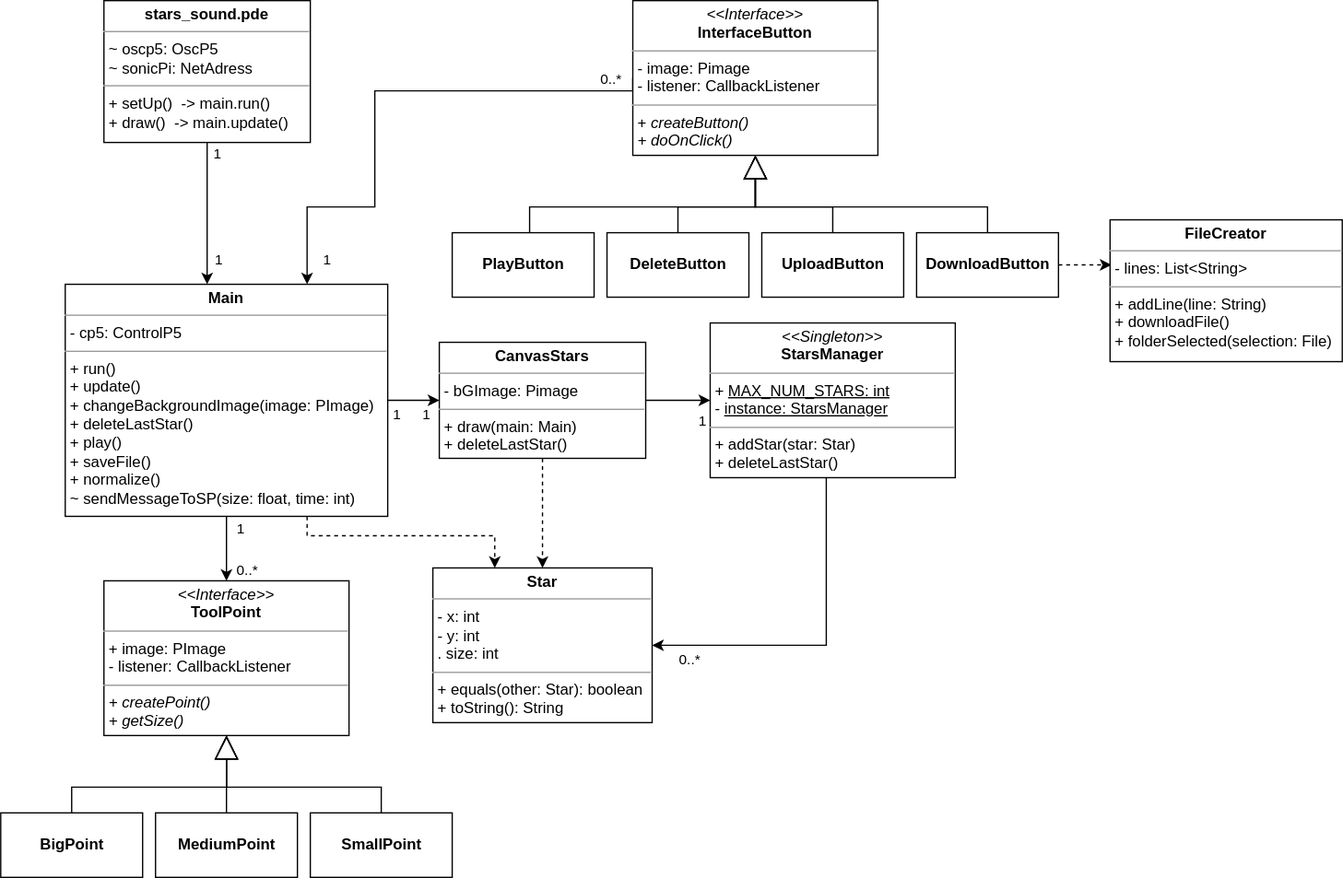
Above: StarsSound.svg in andrealps/stars_sound (draw.io), before the change. Source tidied: cells renumbered, new cells last; positions are measured from the earlier drawing's top-left corner, leaving out a move shared by most shapes.
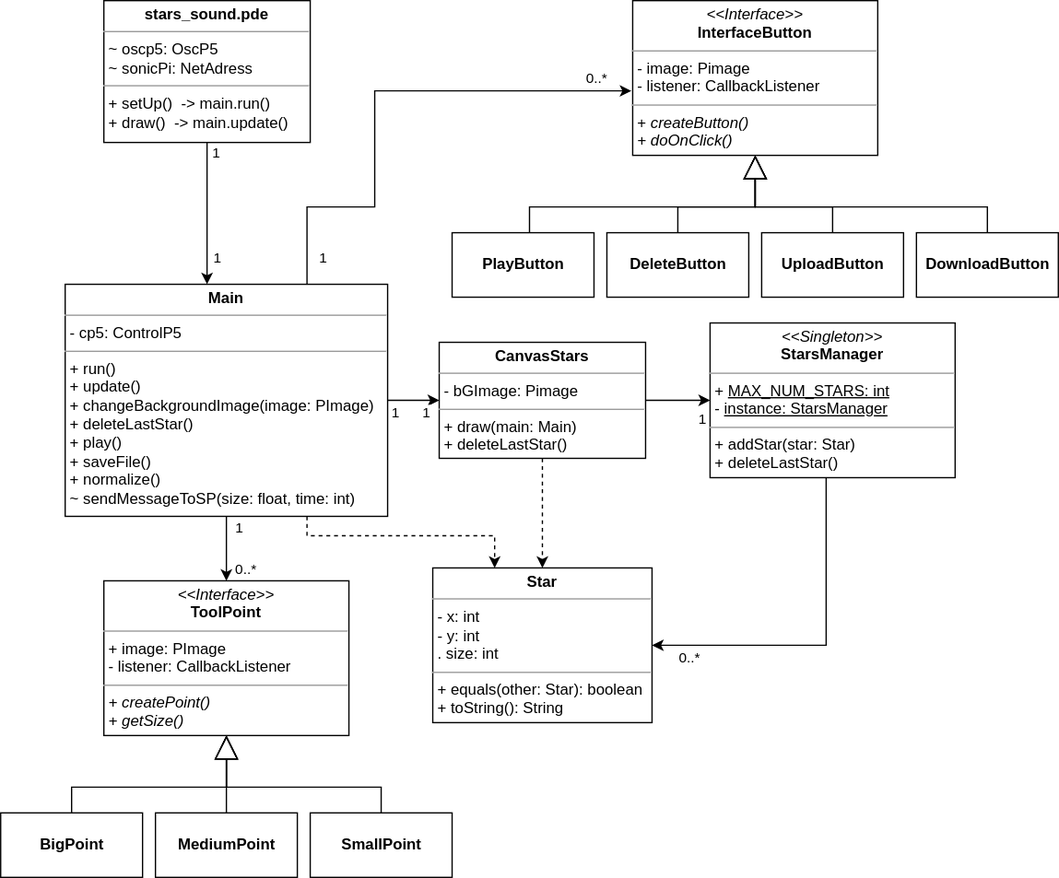
Above is the later version.

The edit, as a diff of the source:
```diff
@@ -10,50 +10,50 @@
         </Array>
       </mxGeometry>
     </mxCell>
-    <mxCell id="3" value="1" style="edgeLabel;html=1;align=center;verticalAlign=middle;" parent="2" vertex="1">
-      <mxGeometry x="-0.69" y="-2" relative="1" as="geometry">
-        <mxPoint x="10" y="73" as="offset" />
-      </mxGeometry>
-    </mxCell>
+    <mxCell id="43" value="1" style="edgeLabel;html=1;align=center;verticalAlign=middle;" parent="2" vertex="1">
+      <mxGeometry x="-0.69" y="-2" relative="1" as="geometry">
+        <mxPoint x="10" y="73" as="offset" />
+      </mxGeometry>
+    </mxCell>
     <mxCell id="4" value="&lt;p style=&quot;margin: 0px ; margin-top: 4px ; text-align: center&quot;&gt;&lt;b&gt;stars_sound.pde&lt;/b&gt;&lt;/p&gt;&lt;hr size=&quot;1&quot;&gt;&lt;p style=&quot;margin: 0px ; margin-left: 4px&quot;&gt;&lt;span&gt;~ oscp5: OscP5&lt;/span&gt;&lt;br&gt;&lt;/p&gt;&lt;p style=&quot;margin: 0px ; margin-left: 4px&quot;&gt;~ sonicPi: NetAdress&lt;/p&gt;&lt;hr size=&quot;1&quot;&gt;&lt;p style=&quot;margin: 0px ; margin-left: 4px&quot;&gt;+ setUp()&amp;nbsp; -&amp;gt; main.run()&lt;/p&gt;&lt;p style=&quot;margin: 0px ; margin-left: 4px&quot;&gt;+ draw()&amp;nbsp; -&amp;gt; main.update()&lt;/p&gt;" style="verticalAlign=top;align=left;overflow=fill;fontSize=12;fontFamily=Helvetica;html=1;" parent="1" vertex="1">
       <mxGeometry x="80" width="160" height="110" as="geometry" />
     </mxCell>
     <mxCell id="5" style="edgeStyle=orthogonalEdgeStyle;rounded=0;jettySize=auto;html=1;entryX=0;entryY=0.5;entryDx=0;entryDy=0;startArrow=none;startFill=0;" parent="1" edge="1" source="12" target="28">
       <mxGeometry relative="1" as="geometry" />
     </mxCell>
-    <mxCell id="6" value="1" style="edgeLabel;html=1;align=center;verticalAlign=middle;" parent="5" vertex="1">
-      <mxGeometry x="0.27" relative="1" as="geometry">
-        <mxPoint x="4.7" y="10" as="offset" />
-      </mxGeometry>
-    </mxCell>
-    <mxCell id="7" value="1" style="edgeLabel;html=1;align=center;verticalAlign=middle;" parent="5" vertex="1">
-      <mxGeometry x="-0.72" relative="1" as="geometry">
-        <mxPoint y="10" as="offset" />
-      </mxGeometry>
-    </mxCell>
+    <mxCell id="44" value="1" style="edgeLabel;html=1;align=center;verticalAlign=middle;" parent="5" vertex="1">
+      <mxGeometry x="0.27" relative="1" as="geometry">
+        <mxPoint x="4.7" y="10" as="offset" />
+      </mxGeometry>
+    </mxCell>
+    <mxCell id="45" value="1" style="edgeLabel;html=1;align=center;verticalAlign=middle;" parent="5" vertex="1">
+      <mxGeometry x="-0.72" relative="1" as="geometry">
+        <mxPoint y="10" as="offset" />
+      </mxGeometry>
+    </mxCell>
     <mxCell id="8" style="edgeStyle=orthogonalEdgeStyle;rounded=0;jettySize=auto;html=1;startArrow=none;startFill=0;" parent="1" edge="1" source="12" target="18">
       <mxGeometry relative="1" as="geometry" />
     </mxCell>
-    <mxCell id="9" value="0..*" style="edgeLabel;html=1;align=center;verticalAlign=middle;" parent="8" vertex="1">
-      <mxGeometry x="0.64" relative="1" as="geometry">
-        <mxPoint x="15" as="offset" />
-      </mxGeometry>
-    </mxCell>
-    <mxCell id="10" value="1" style="edgeLabel;html=1;align=center;verticalAlign=middle;" parent="8" vertex="1">
-      <mxGeometry x="-0.64" y="-1" relative="1" as="geometry">
-        <mxPoint x="11" as="offset" />
-      </mxGeometry>
-    </mxCell>
-    <mxCell id="11" style="edgeStyle=orthogonalEdgeStyle;rounded=0;jettySize=auto;html=1;exitX=0.75;exitY=1;exitDx=0;exitDy=0;startArrow=none;startFill=0;dashed=1;" parent="1" edge="1" source="12">
-      <mxGeometry relative="1" as="geometry">
-        <mxPoint x="383" y="440" as="targetPoint" />
-        <Array as="points">
-          <mxPoint x="238" y="415" />
-          <mxPoint x="383" y="415" />
-          <mxPoint x="383" y="440" />
-        </Array>
-      </mxGeometry>
-    </mxCell>
+    <mxCell id="46" value="0..*" style="edgeLabel;html=1;align=center;verticalAlign=middle;" parent="8" vertex="1">
+      <mxGeometry x="0.64" relative="1" as="geometry">
+        <mxPoint x="15" as="offset" />
+      </mxGeometry>
+    </mxCell>
+    <mxCell id="47" value="1" style="edgeLabel;html=1;align=center;verticalAlign=middle;" parent="8" vertex="1">
+      <mxGeometry x="-0.64" y="-1" relative="1" as="geometry">
+        <mxPoint x="11" as="offset" />
+      </mxGeometry>
+    </mxCell>
+    <mxCell id="48" style="edgeStyle=orthogonalEdgeStyle;rounded=0;jettySize=auto;html=1;exitX=0.75;exitY=1;exitDx=0;exitDy=0;startArrow=none;startFill=0;dashed=1;" parent="1" edge="1" source="12">
+      <mxGeometry relative="1" as="geometry">
+        <mxPoint x="383" y="440" as="targetPoint" />
+        <Array as="points">
+          <mxPoint x="238" y="415" />
+          <mxPoint x="383" y="415" />
+          <mxPoint x="383" y="440" />
+        </Array>
+      </mxGeometry>
+    </mxCell>
     <mxCell id="12" value="&lt;p style=&quot;margin: 0px ; margin-top: 4px ; text-align: center&quot;&gt;&lt;b&gt;Main&lt;/b&gt;&lt;/p&gt;&lt;hr size=&quot;1&quot;&gt;&lt;p style=&quot;margin: 0px ; margin-left: 4px&quot;&gt;&lt;span&gt;- cp5: ControlP5&lt;/span&gt;&lt;br&gt;&lt;/p&gt;&lt;hr size=&quot;1&quot;&gt;&lt;p style=&quot;margin: 0px ; margin-left: 4px&quot;&gt;+ run()&lt;/p&gt;&lt;p style=&quot;margin: 0px ; margin-left: 4px&quot;&gt;+ update()&lt;/p&gt;&lt;p style=&quot;margin: 0px ; margin-left: 4px&quot;&gt;+ changeBackgroundImage(image: PImage)&lt;/p&gt;&lt;p style=&quot;margin: 0px ; margin-left: 4px&quot;&gt;+ deleteLastStar()&lt;/p&gt;&lt;p style=&quot;margin: 0px ; margin-left: 4px&quot;&gt;+ play()&lt;/p&gt;&lt;p style=&quot;margin: 0px ; margin-left: 4px&quot;&gt;+ saveFile()&lt;/p&gt;&lt;p style=&quot;margin: 0px ; margin-left: 4px&quot;&gt;+ normalize()&lt;/p&gt;&lt;p style=&quot;margin: 0px ; margin-left: 4px&quot;&gt;~ sendMessageToSP(size: float, time: int)&lt;/p&gt;" style="verticalAlign=top;align=left;overflow=fill;fontSize=12;fontFamily=Helvetica;html=1;" parent="1" vertex="1">
       <mxGeometry x="50" y="220" width="250" height="180" as="geometry" />
     </mxCell>
@@ -62,25 +62,27 @@
         <mxPoint x="-13" y="-52" as="offset" />
       </mxGeometry>
     </mxCell>
-    <mxCell id="14" style="edgeStyle=orthogonalEdgeStyle;rounded=0;jettySize=auto;html=1;entryX=0.75;entryY=0;entryDx=0;entryDy=0;startArrow=none;startFill=0;exitX=0;exitY=0.5;exitDx=0;exitDy=0;" parent="1" edge="1" source="17" target="12">
-      <mxGeometry relative="1" as="geometry">
-        <Array as="points">
-          <mxPoint x="290" y="70" />
-          <mxPoint x="290" y="160" />
-          <mxPoint x="238" y="160" />
-        </Array>
-      </mxGeometry>
-    </mxCell>
-    <mxCell id="15" value="1" style="edgeLabel;html=1;align=center;verticalAlign=middle;" parent="14" vertex="1">
-      <mxGeometry x="0.66" relative="1" as="geometry">
-        <mxPoint x="4.2" y="40" as="offset" />
-      </mxGeometry>
-    </mxCell>
-    <mxCell id="16" value="0..*" style="edgeLabel;html=1;align=center;verticalAlign=middle;" parent="14" vertex="1">
-      <mxGeometry x="-0.85" y="1" relative="1" as="geometry">
-        <mxPoint x="4.2" y="-11" as="offset" />
-      </mxGeometry>
-    </mxCell>
+    <mxCell id="49" style="edgeStyle=orthogonalEdgeStyle;rounded=0;jettySize=auto;html=1;entryX=0.75;entryY=0;entryDx=0;entryDy=0;startArrow=classic;startFill=1;endArrow=none;endFill=0;" parent="1" edge="1" target="12">
+      <mxGeometry relative="1" as="geometry">
+        <mxPoint x="489" y="70" as="sourcePoint" />
+        <Array as="points">
+          <mxPoint x="489" y="70" />
+          <mxPoint x="290" y="70" />
+          <mxPoint x="290" y="160" />
+          <mxPoint x="238" y="160" />
+        </Array>
+      </mxGeometry>
+    </mxCell>
+    <mxCell id="50" value="1" style="edgeLabel;html=1;align=center;verticalAlign=middle;" parent="49" vertex="1">
+      <mxGeometry x="0.66" relative="1" as="geometry">
+        <mxPoint x="4.2" y="40" as="offset" />
+      </mxGeometry>
+    </mxCell>
+    <mxCell id="51" value="0..*" style="edgeLabel;html=1;align=center;verticalAlign=middle;" parent="49" vertex="1">
+      <mxGeometry x="-0.85" y="1" relative="1" as="geometry">
+        <mxPoint x="4.2" y="-11" as="offset" />
+      </mxGeometry>
+    </mxCell>
     <mxCell id="17" value="&lt;p style=&quot;margin: 0px ; margin-top: 4px ; text-align: center&quot;&gt;&lt;i&gt;&amp;lt;&amp;lt;Interface&amp;gt;&amp;gt;&lt;/i&gt;&lt;br&gt;&lt;b&gt;InterfaceButton&lt;/b&gt;&lt;/p&gt;&lt;hr size=&quot;1&quot;&gt;&lt;p style=&quot;margin: 0px ; margin-left: 4px&quot;&gt;- image: Pimage&lt;/p&gt;&lt;p style=&quot;margin: 0px ; margin-left: 4px&quot;&gt;- listener: CallbackListener&lt;/p&gt;&lt;hr size=&quot;1&quot;&gt;&lt;p style=&quot;margin: 0px ; margin-left: 4px&quot;&gt;+ &lt;i&gt;createButton()&lt;/i&gt;&lt;/p&gt;&lt;p style=&quot;margin: 0px ; margin-left: 4px&quot;&gt;&lt;i&gt;+ doOnClick()&lt;/i&gt;&lt;/p&gt;" style="verticalAlign=top;align=left;overflow=fill;fontSize=12;fontFamily=Helvetica;html=1;" parent="1" vertex="1">
       <mxGeometry x="490" width="190" height="120" as="geometry" />
     </mxCell>
@@ -98,9 +100,6 @@
         </Array>
       </mxGeometry>
     </mxCell>
-    <mxCell id="21" style="edgeStyle=orthogonalEdgeStyle;rounded=0;jettySize=auto;html=1;entryX=0.006;entryY=0.318;entryDx=0;entryDy=0;entryPerimeter=0;startArrow=none;startFill=0;dashed=1;" parent="1" edge="1" source="22" target="24">
-      <mxGeometry relative="1" as="geometry" />
-    </mxCell>
     <mxCell id="22" value="&lt;b&gt;DownloadButton&lt;/b&gt;" style="html=1;" parent="1" vertex="1">
       <mxGeometry x="710" y="180" width="110" height="50" as="geometry" />
     </mxCell>
@@ -112,17 +111,14 @@
         </Array>
       </mxGeometry>
     </mxCell>
-    <mxCell id="24" value="&lt;p style=&quot;margin: 0px ; margin-top: 4px ; text-align: center&quot;&gt;&lt;b&gt;FileCreator&lt;/b&gt;&lt;/p&gt;&lt;hr size=&quot;1&quot;&gt;&lt;p style=&quot;margin: 0px ; margin-left: 4px&quot;&gt;- lines: List&amp;lt;String&amp;gt;&lt;/p&gt;&lt;hr size=&quot;1&quot;&gt;&lt;p style=&quot;margin: 0px ; margin-left: 4px&quot;&gt;+ addLine(line: String)&lt;/p&gt;&lt;p style=&quot;margin: 0px ; margin-left: 4px&quot;&gt;+ downloadFile()&lt;/p&gt;&lt;p style=&quot;margin: 0px ; margin-left: 4px&quot;&gt;+ folderSelected(selection: File)&lt;/p&gt;" style="verticalAlign=top;align=left;overflow=fill;fontSize=12;fontFamily=Helvetica;html=1;" parent="1" vertex="1">
-      <mxGeometry x="860" y="170" width="180" height="110" as="geometry" />
-    </mxCell>
     <mxCell id="25" style="edgeStyle=orthogonalEdgeStyle;rounded=0;jettySize=auto;html=1;entryX=0;entryY=0.5;entryDx=0;entryDy=0;startArrow=none;startFill=0;" parent="1" edge="1" source="28" target="31">
       <mxGeometry relative="1" as="geometry" />
     </mxCell>
-    <mxCell id="26" value="1" style="edgeLabel;html=1;align=center;verticalAlign=middle;" parent="25" vertex="1">
-      <mxGeometry x="0.73" y="-1" relative="1" as="geometry">
-        <mxPoint y="14" as="offset" />
-      </mxGeometry>
-    </mxCell>
+    <mxCell id="52" value="1" style="edgeLabel;html=1;align=center;verticalAlign=middle;" parent="25" vertex="1">
+      <mxGeometry x="0.73" y="-1" relative="1" as="geometry">
+        <mxPoint y="14" as="offset" />
+      </mxGeometry>
+    </mxCell>
     <mxCell id="27" style="edgeStyle=orthogonalEdgeStyle;rounded=0;jettySize=auto;html=1;entryX=0.5;entryY=0;entryDx=0;entryDy=0;dashed=1;startArrow=none;startFill=0;" parent="1" edge="1" source="28" target="32">
       <mxGeometry relative="1" as="geometry" />
     </mxCell>
@@ -136,11 +132,11 @@
         </Array>
       </mxGeometry>
     </mxCell>
-    <mxCell id="30" value="0..*" style="edgeLabel;html=1;align=center;verticalAlign=middle;" parent="29" vertex="1">
-      <mxGeometry x="0.72" y="4" relative="1" as="geometry">
-        <mxPoint x="-7.5" y="6" as="offset" />
-      </mxGeometry>
-    </mxCell>
+    <mxCell id="53" value="0..*" style="edgeLabel;html=1;align=center;verticalAlign=middle;" parent="29" vertex="1">
+      <mxGeometry x="0.72" y="4" relative="1" as="geometry">
+        <mxPoint x="-7.5" y="6" as="offset" />
+      </mxGeometry>
+    </mxCell>
     <mxCell id="31" value="&lt;p style=&quot;margin: 0px ; margin-top: 4px ; text-align: center&quot;&gt;&lt;i&gt;&amp;lt;&amp;lt;Singleton&amp;gt;&amp;gt;&lt;/i&gt;&lt;br&gt;&lt;b&gt;StarsManager&lt;/b&gt;&lt;br&gt;&lt;/p&gt;&lt;hr size=&quot;1&quot;&gt;&lt;p style=&quot;margin: 0px ; margin-left: 4px&quot;&gt;+ &lt;u&gt;MAX_NUM_STARS: int&lt;/u&gt;&lt;/p&gt;&lt;p style=&quot;margin: 0px ; margin-left: 4px&quot;&gt;- &lt;u&gt;instance: StarsManager&lt;/u&gt;&lt;/p&gt;&lt;hr size=&quot;1&quot;&gt;&lt;p style=&quot;margin: 0px ; margin-left: 4px&quot;&gt;+ addStar(star: Star)&lt;/p&gt;&lt;p style=&quot;margin: 0px ; margin-left: 4px&quot;&gt;+ deleteLastStar()&lt;/p&gt;&lt;p style=&quot;margin: 0px ; margin-left: 4px&quot;&gt;&lt;br&gt;&lt;/p&gt;" style="verticalAlign=top;align=left;overflow=fill;fontSize=12;fontFamily=Helvetica;html=1;" parent="1" vertex="1">
       <mxGeometry x="550" y="250" width="190" height="120" as="geometry" />
     </mxCell>
```
